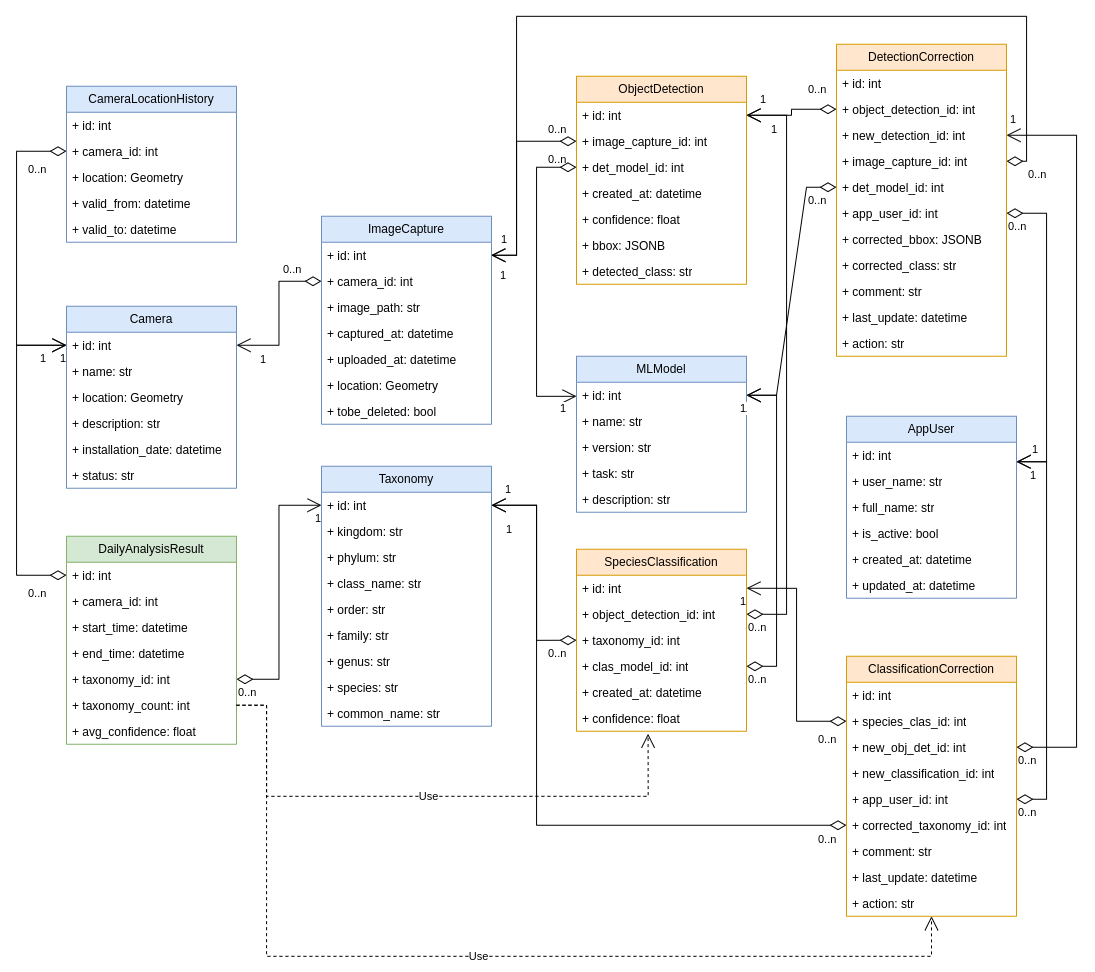
This is docs/figures/sentinel-rat-data-model.png from ssciwr/sentinel-rat-dashboard, a draw.io export, as it was before one commit. Source tidied: cells renumbered, new cells last; positions are measured from the earlier drawing's top-left corner, leaving out a move shared by most shapes.
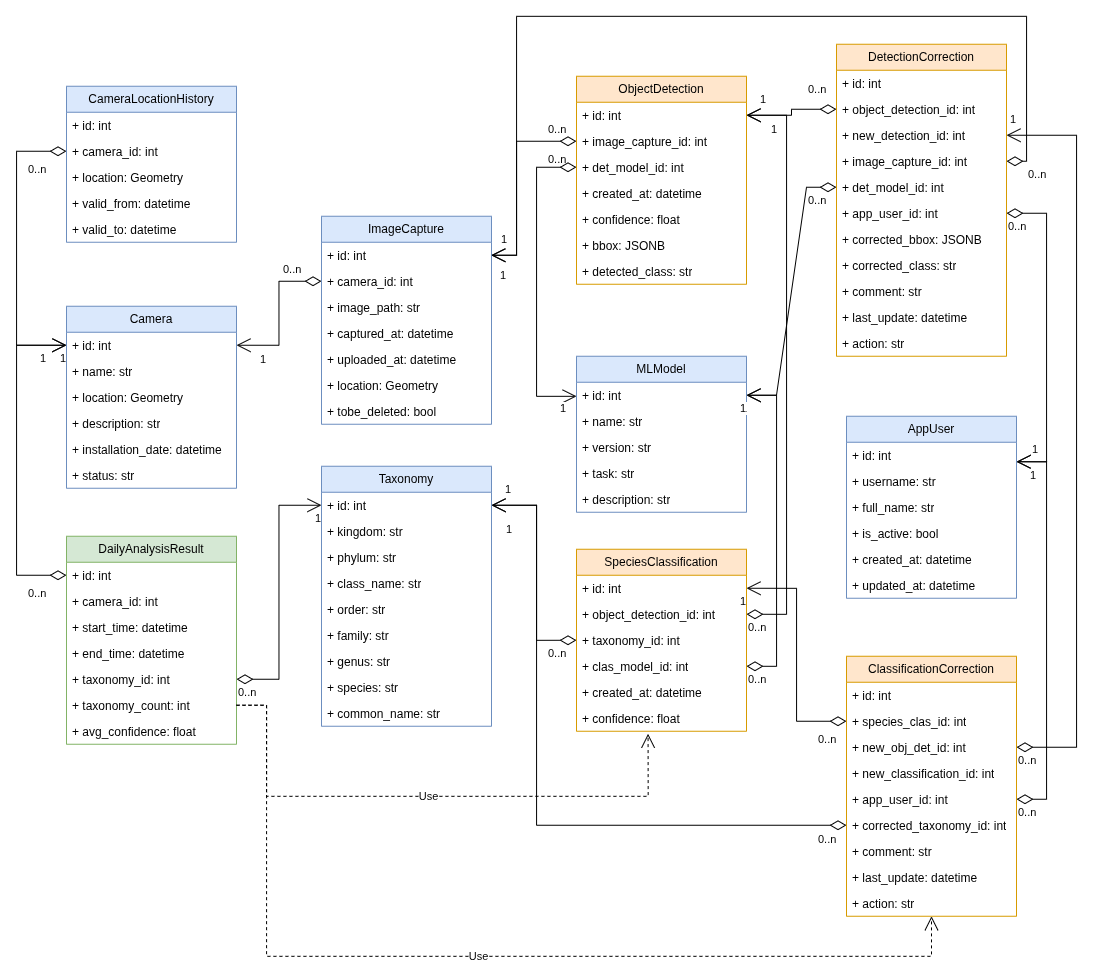
After the commit.

Commit message:
change user_name to username in the figure

Diff of the diagram source:
```diff
@@ -281,7 +281,7 @@
     <mxCell id="76" value="+ id: int" style="text;strokeColor=none;fillColor=none;align=left;verticalAlign=top;spacingLeft=4;spacingRight=4;overflow=hidden;whiteSpace=wrap;html=1;" parent="75" vertex="1">
       <mxGeometry y="26" width="170" height="26" as="geometry" />
     </mxCell>
-    <mxCell id="77" value="+ user_name: str" style="text;strokeColor=none;fillColor=none;align=left;verticalAlign=top;spacingLeft=4;spacingRight=4;overflow=hidden;whiteSpace=wrap;html=1;" parent="75" vertex="1">
+    <mxCell id="77" value="+ username: str" style="text;strokeColor=none;fillColor=none;align=left;verticalAlign=top;spacingLeft=4;spacingRight=4;overflow=hidden;whiteSpace=wrap;html=1;" parent="75" vertex="1">
       <mxGeometry y="52" width="170" height="26" as="geometry" />
     </mxCell>
     <mxCell id="78" value="+ full_name: str" style="text;strokeColor=none;fillColor=none;align=left;verticalAlign=top;spacingLeft=4;spacingRight=4;overflow=hidden;whiteSpace=wrap;html=1;" parent="75" vertex="1">
```
